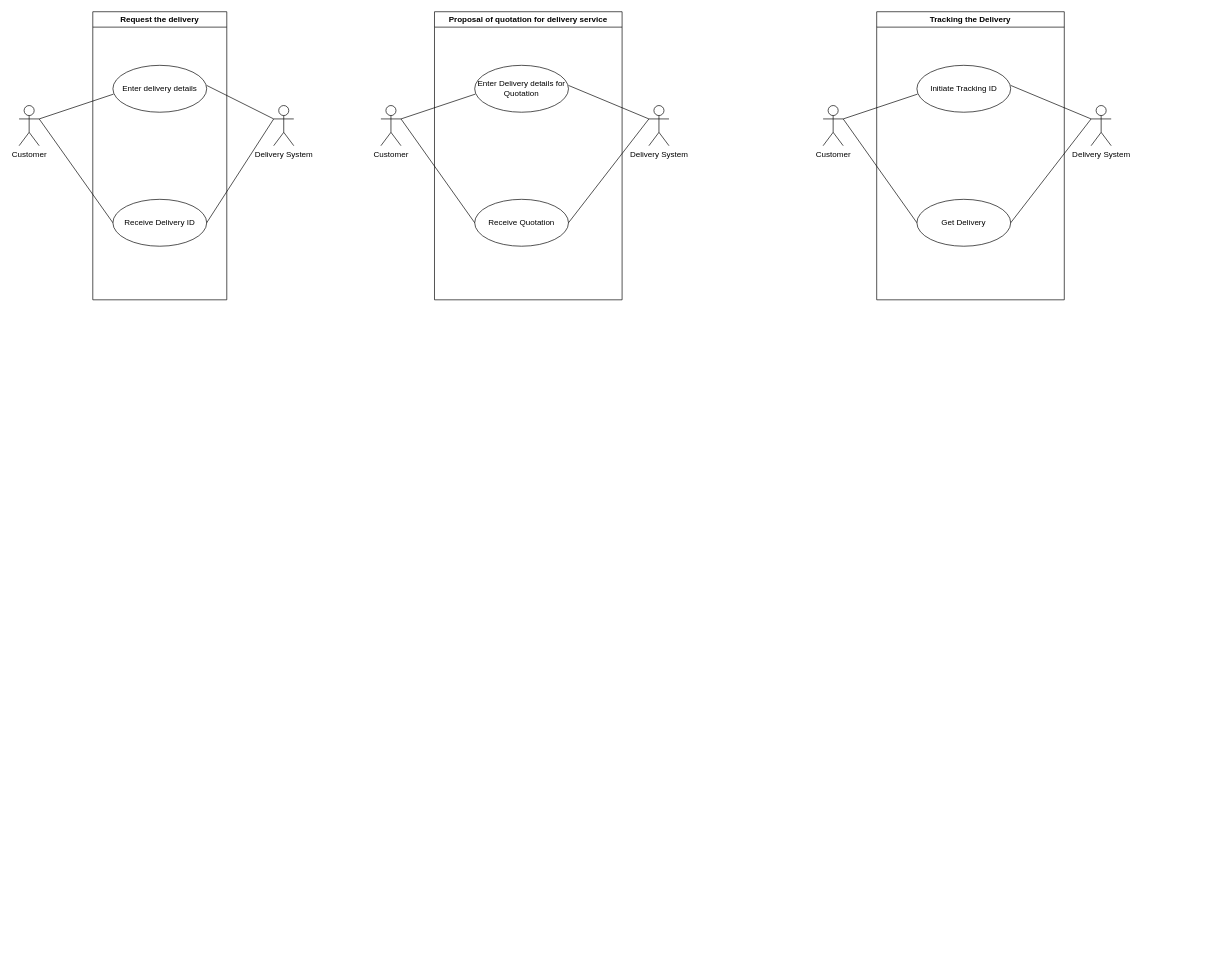
thermoNuke1/The-blueprint--SOEN-343 keeps this draw.io diagram as diagrams.drawio. Above is the earlier version. Source tidied: cells renumbered, new cells numbered last; positions are measured from the earlier drawing's top-left corner, leaving out a move shared by most shapes. Both pictures are drawn from the tidied source at 67%, with x=0, y=0 at pixel (19, 11).
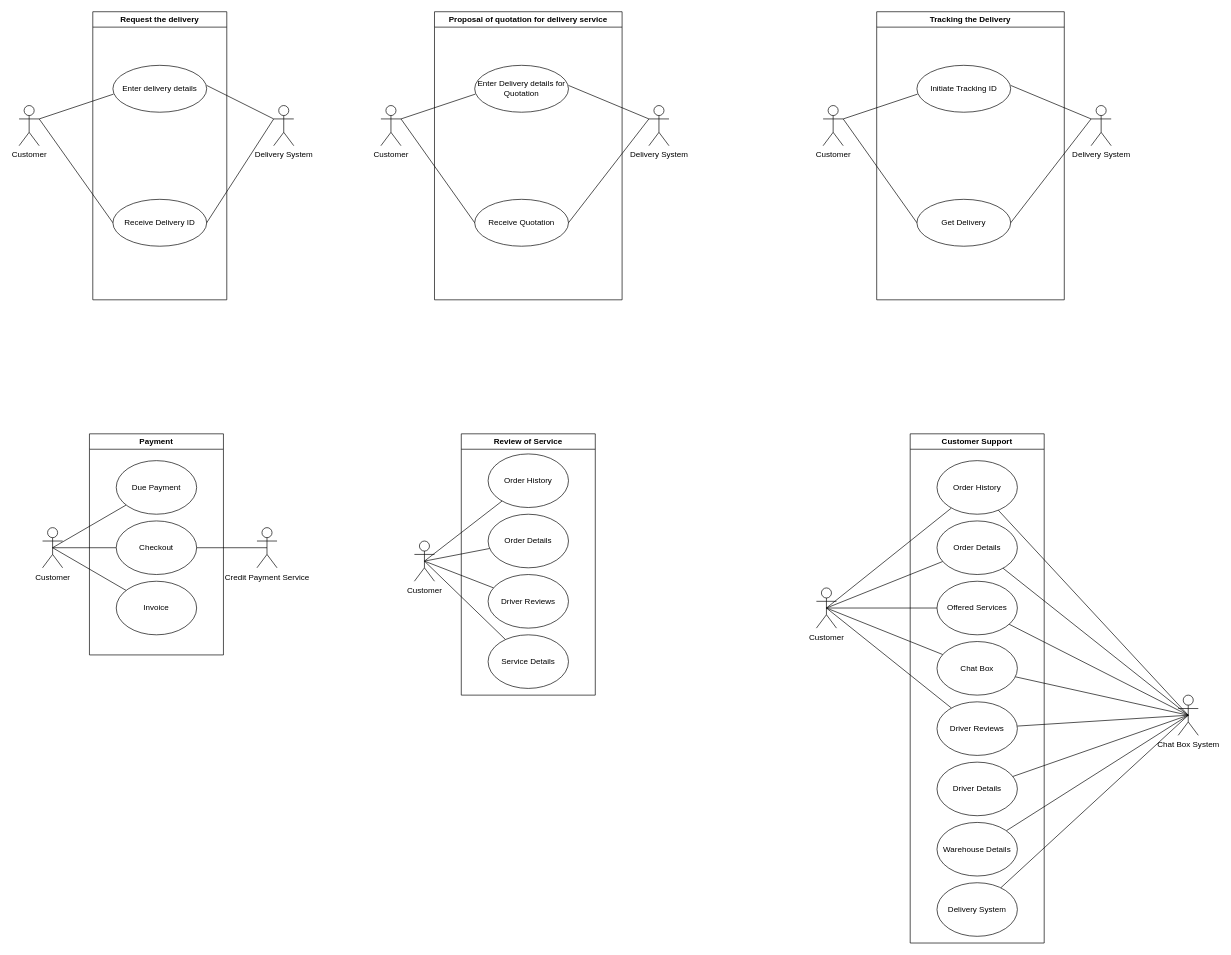
The same page after the edit.

Commit message:
Added Use Case diagrams for features 4, 5, 6 diagrams.drawio

Change to the diagram source:
```diff
@@
+    <mxCell id="29" style="rounded=0;jettySize=auto;html=1;exitX=0.5;exitY=0.5;exitDx=0;exitDy=0;exitPerimeter=0;endArrow=none;endFill=0;" parent="1" edge="1" source="32" target="33">
+      <mxGeometry relative="1" as="geometry" />
+    </mxCell>
+    <mxCell id="30" style="edgeStyle=none;rounded=0;jettySize=auto;html=1;exitX=0.5;exitY=0.5;exitDx=0;exitDy=0;exitPerimeter=0;endArrow=none;endFill=0;" parent="1" edge="1" source="32" target="34">
+      <mxGeometry relative="1" as="geometry" />
+    </mxCell>
+    <mxCell id="31" style="edgeStyle=none;rounded=0;jettySize=auto;html=1;exitX=0.5;exitY=0.5;exitDx=0;exitDy=0;exitPerimeter=0;endArrow=none;endFill=0;" parent="1" edge="1" source="32" target="37">
+      <mxGeometry relative="1" as="geometry" />
+    </mxCell>
+    <mxCell id="32" value="Customer" style="shape=umlActor;verticalLabelPosition=bottom;verticalAlign=top;html=1;" parent="1" vertex="1">
+      <mxGeometry x="35" y="770" width="30" height="60" as="geometry" />
+    </mxCell>
+    <mxCell id="33" value="Checkout" style="ellipse;whiteSpace=wrap;html=1;" parent="1" vertex="1">
+      <mxGeometry x="145" y="760" width="120" height="80" as="geometry" />
+    </mxCell>
+    <mxCell id="34" value="Invoice" style="ellipse;whiteSpace=wrap;html=1;" parent="1" vertex="1">
+      <mxGeometry x="145" y="850" width="120" height="80" as="geometry" />
+    </mxCell>
+    <mxCell id="35" style="edgeStyle=none;rounded=0;jettySize=auto;html=1;exitX=0.5;exitY=0.5;exitDx=0;exitDy=0;exitPerimeter=0;endArrow=none;endFill=0;" parent="1" edge="1" source="36" target="33">
+      <mxGeometry relative="1" as="geometry" />
+    </mxCell>
+    <mxCell id="36" value="Credit Payment Service" style="shape=umlActor;verticalLabelPosition=bottom;verticalAlign=top;html=1;" parent="1" vertex="1">
+      <mxGeometry x="355" y="770" width="30" height="60" as="geometry" />
+    </mxCell>
+    <mxCell id="37" value="Due Payment" style="ellipse;whiteSpace=wrap;html=1;" parent="1" vertex="1">
+      <mxGeometry x="145" y="670" width="120" height="80" as="geometry" />
+    </mxCell>
+    <mxCell id="38" value="Payment" style="swimlane;whiteSpace=wrap;html=1;" parent="1" vertex="1">
+      <mxGeometry x="105" y="630" width="200" height="330" as="geometry" />
+    </mxCell>
+    <mxCell id="39" style="edgeStyle=none;rounded=0;jettySize=auto;html=1;exitX=0.5;exitY=0.5;exitDx=0;exitDy=0;exitPerimeter=0;endArrow=none;endFill=0;" parent="1" edge="1" source="43" target="44">
+      <mxGeometry relative="1" as="geometry" />
+    </mxCell>
+    <mxCell id="40" style="edgeStyle=none;rounded=0;jettySize=auto;html=1;exitX=0.5;exitY=0.5;exitDx=0;exitDy=0;exitPerimeter=0;endArrow=none;endFill=0;" parent="1" edge="1" source="43" target="45">
+      <mxGeometry relative="1" as="geometry" />
+    </mxCell>
+    <mxCell id="41" style="edgeStyle=none;rounded=0;jettySize=auto;html=1;exitX=0.5;exitY=0.5;exitDx=0;exitDy=0;exitPerimeter=0;endArrow=none;endFill=0;" parent="1" edge="1" source="43" target="46">
+      <mxGeometry relative="1" as="geometry" />
+    </mxCell>
+    <mxCell id="42" style="edgeStyle=none;rounded=0;jettySize=auto;html=1;exitX=0.5;exitY=0.5;exitDx=0;exitDy=0;exitPerimeter=0;endArrow=none;endFill=0;" parent="1" edge="1" source="43" target="47">
+      <mxGeometry relative="1" as="geometry" />
+    </mxCell>
+    <mxCell id="43" value="Customer" style="shape=umlActor;verticalLabelPosition=bottom;verticalAlign=top;html=1;" parent="1" vertex="1">
+      <mxGeometry x="590" y="790" width="30" height="60" as="geometry" />
+    </mxCell>
+    <mxCell id="44" value="Order History" style="ellipse;whiteSpace=wrap;html=1;" parent="1" vertex="1">
+      <mxGeometry x="700" y="660" width="120" height="80" as="geometry" />
+    </mxCell>
+    <mxCell id="45" value="Order Details" style="ellipse;whiteSpace=wrap;html=1;" parent="1" vertex="1">
+      <mxGeometry x="700" y="750" width="120" height="80" as="geometry" />
+    </mxCell>
+    <mxCell id="46" value="Driver Reviews" style="ellipse;whiteSpace=wrap;html=1;" parent="1" vertex="1">
+      <mxGeometry x="700" y="840" width="120" height="80" as="geometry" />
+    </mxCell>
+    <mxCell id="47" value="Service Details" style="ellipse;whiteSpace=wrap;html=1;" parent="1" vertex="1">
+      <mxGeometry x="700" y="930" width="120" height="80" as="geometry" />
+    </mxCell>
+    <mxCell id="48" value="Review of Service" style="swimlane;whiteSpace=wrap;html=1;" parent="1" vertex="1">
+      <mxGeometry x="660" y="630" width="200" height="390" as="geometry" />
+    </mxCell>
+    <mxCell id="49" style="edgeStyle=none;rounded=0;jettySize=auto;html=1;exitX=0.5;exitY=0.5;exitDx=0;exitDy=0;exitPerimeter=0;endArrow=none;endFill=0;" parent="1" edge="1" source="54" target="55">
+      <mxGeometry relative="1" as="geometry" />
+    </mxCell>
+    <mxCell id="50" style="edgeStyle=none;rounded=0;jettySize=auto;html=1;exitX=0.5;exitY=0.5;exitDx=0;exitDy=0;exitPerimeter=0;endArrow=none;endFill=0;" parent="1" edge="1" source="54" target="56">
+      <mxGeometry relative="1" as="geometry" />
+    </mxCell>
+    <mxCell id="51" style="edgeStyle=none;rounded=0;jettySize=auto;html=1;exitX=0.5;exitY=0.5;exitDx=0;exitDy=0;exitPerimeter=0;endArrow=none;endFill=0;" parent="1" edge="1" source="54" target="57">
+      <mxGeometry relative="1" as="geometry" />
+    </mxCell>
+    <mxCell id="52" style="edgeStyle=none;rounded=0;jettySize=auto;html=1;exitX=0.5;exitY=0.5;exitDx=0;exitDy=0;exitPerimeter=0;endArrow=none;endFill=0;" parent="1" edge="1" source="54" target="70">
+      <mxGeometry relative="1" as="geometry" />
+    </mxCell>
+    <mxCell id="53" style="edgeStyle=none;rounded=0;jettySize=auto;html=1;exitX=0.5;exitY=0.5;exitDx=0;exitDy=0;exitPerimeter=0;endArrow=none;endFill=0;" parent="1" edge="1" source="54" target="72">
+      <mxGeometry relative="1" as="geometry" />
+    </mxCell>
+    <mxCell id="54" value="Customer" style="shape=umlActor;verticalLabelPosition=bottom;verticalAlign=top;html=1;outlineConnect=0;" parent="1" vertex="1">
+      <mxGeometry x="1190" y="860" width="30" height="60" as="geometry" />
+    </mxCell>
+    <mxCell id="55" value="Order History" style="ellipse;whiteSpace=wrap;html=1;" parent="1" vertex="1">
+      <mxGeometry x="1370" y="670" width="120" height="80" as="geometry" />
+    </mxCell>
+    <mxCell id="56" value="Order Details" style="ellipse;whiteSpace=wrap;html=1;" parent="1" vertex="1">
+      <mxGeometry x="1370" y="760" width="120" height="80" as="geometry" />
+    </mxCell>
+    <mxCell id="57" value="Offered Services" style="ellipse;whiteSpace=wrap;html=1;" parent="1" vertex="1">
+      <mxGeometry x="1370" y="850" width="120" height="80" as="geometry" />
+    </mxCell>
+    <mxCell id="58" style="edgeStyle=none;rounded=0;jettySize=auto;html=1;exitX=0.5;exitY=0.5;exitDx=0;exitDy=0;exitPerimeter=0;endArrow=none;endFill=0;" parent="1" edge="1" source="66" target="55">
+      <mxGeometry relative="1" as="geometry" />
+    </mxCell>
+    <mxCell id="59" style="edgeStyle=none;rounded=0;jettySize=auto;html=1;exitX=0.5;exitY=0.5;exitDx=0;exitDy=0;exitPerimeter=0;endArrow=none;endFill=0;" parent="1" edge="1" source="66" target="56">
+      <mxGeometry relative="1" as="geometry" />
+    </mxCell>
+    <mxCell id="60" style="edgeStyle=none;rounded=0;jettySize=auto;html=1;exitX=0.5;exitY=0.5;exitDx=0;exitDy=0;exitPerimeter=0;endArrow=none;endFill=0;" parent="1" edge="1" source="66" target="57">
+      <mxGeometry relative="1" as="geometry" />
+    </mxCell>
+    <mxCell id="61" style="edgeStyle=none;rounded=0;jettySize=auto;html=1;exitX=0.5;exitY=0.5;exitDx=0;exitDy=0;exitPerimeter=0;endArrow=none;endFill=0;" parent="1" edge="1" source="66" target="69">
+      <mxGeometry relative="1" as="geometry" />
+    </mxCell>
+    <mxCell id="62" style="edgeStyle=none;rounded=0;jettySize=auto;html=1;exitX=0.5;exitY=0.5;exitDx=0;exitDy=0;exitPerimeter=0;endArrow=none;endFill=0;" parent="1" edge="1" source="66" target="68">
+      <mxGeometry relative="1" as="geometry" />
+    </mxCell>
+    <mxCell id="63" style="edgeStyle=none;rounded=0;jettySize=auto;html=1;exitX=0.5;exitY=0.5;exitDx=0;exitDy=0;exitPerimeter=0;endArrow=none;endFill=0;" parent="1" edge="1" source="66" target="70">
+      <mxGeometry relative="1" as="geometry" />
+    </mxCell>
+    <mxCell id="64" style="edgeStyle=none;rounded=0;jettySize=auto;html=1;exitX=0.5;exitY=0.5;exitDx=0;exitDy=0;exitPerimeter=0;endArrow=none;endFill=0;" parent="1" edge="1" source="66" target="71">
+      <mxGeometry relative="1" as="geometry" />
+    </mxCell>
+    <mxCell id="65" style="edgeStyle=none;rounded=0;jettySize=auto;html=1;exitX=0.5;exitY=0.5;exitDx=0;exitDy=0;exitPerimeter=0;endArrow=none;endFill=0;" parent="1" edge="1" source="66" target="72">
+      <mxGeometry relative="1" as="geometry" />
+    </mxCell>
+    <mxCell id="66" value="Chat Box System" style="shape=umlActor;verticalLabelPosition=bottom;verticalAlign=top;html=1;outlineConnect=0;" parent="1" vertex="1">
+      <mxGeometry x="1730" y="1020" width="30" height="60" as="geometry" />
+    </mxCell>
+    <mxCell id="67" value="Customer Support" style="swimlane;whiteSpace=wrap;html=1;" parent="1" vertex="1">
+      <mxGeometry x="1330" y="630" width="200" height="760" as="geometry" />
+    </mxCell>
+    <mxCell id="68" value="Delivery System" style="ellipse;whiteSpace=wrap;html=1;" parent="67" vertex="1">
+      <mxGeometry x="40" y="670" width="120" height="80" as="geometry" />
+    </mxCell>
+    <mxCell id="69" value="Warehouse Details" style="ellipse;whiteSpace=wrap;html=1;" parent="67" vertex="1">
+      <mxGeometry x="40" y="580" width="120" height="80" as="geometry" />
+    </mxCell>
+    <mxCell id="70" value="Driver Reviews" style="ellipse;whiteSpace=wrap;html=1;" parent="67" vertex="1">
+      <mxGeometry x="40" y="400" width="120" height="80" as="geometry" />
+    </mxCell>
+    <mxCell id="71" value="Driver Details" style="ellipse;whiteSpace=wrap;html=1;" parent="67" vertex="1">
+      <mxGeometry x="40" y="490" width="120" height="80" as="geometry" />
+    </mxCell>
+    <mxCell id="72" value="Chat Box" style="ellipse;whiteSpace=wrap;html=1;" parent="67" vertex="1">
+      <mxGeometry x="40" y="310" width="120" height="80" as="geometry" />
+    </mxCell>
```
